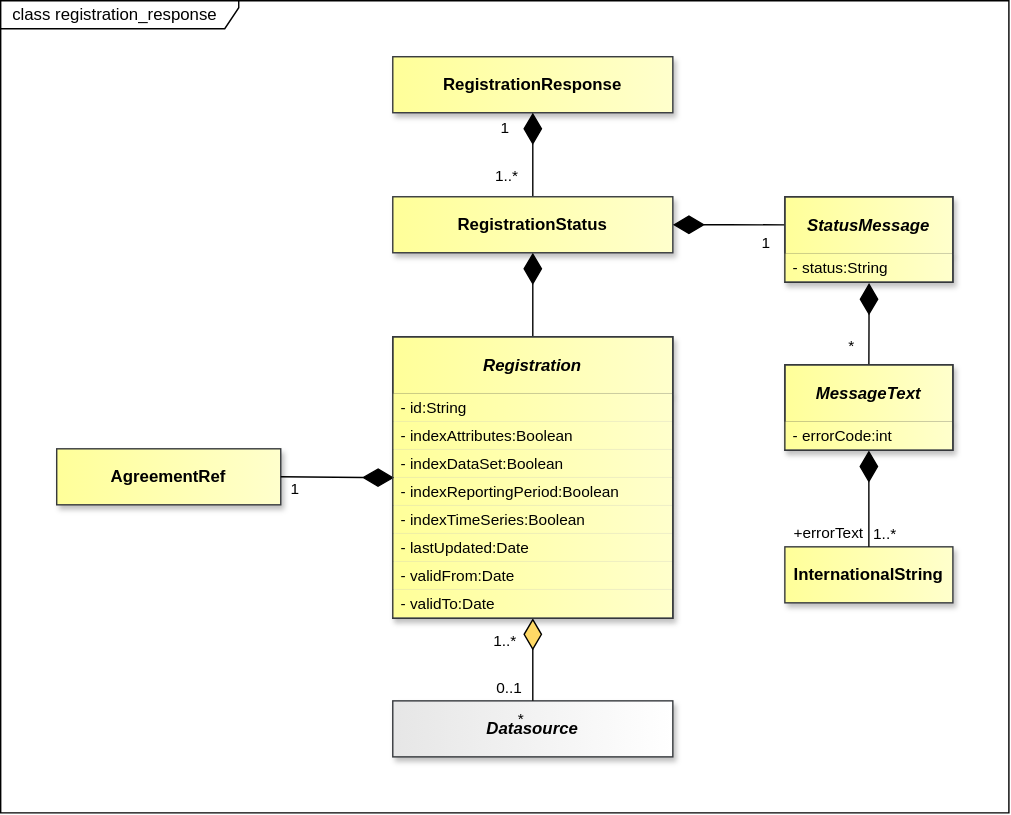
The draw.io diagram docs/logical_interfaces/media/sdmx_registry-registration_response.svg in sdmx-twg/sdmx-im, before a commit. Source tidied: cells renumbered, new cells last; positions are measured from the earlier drawing's top-left corner, leaving out a move shared by most shapes.
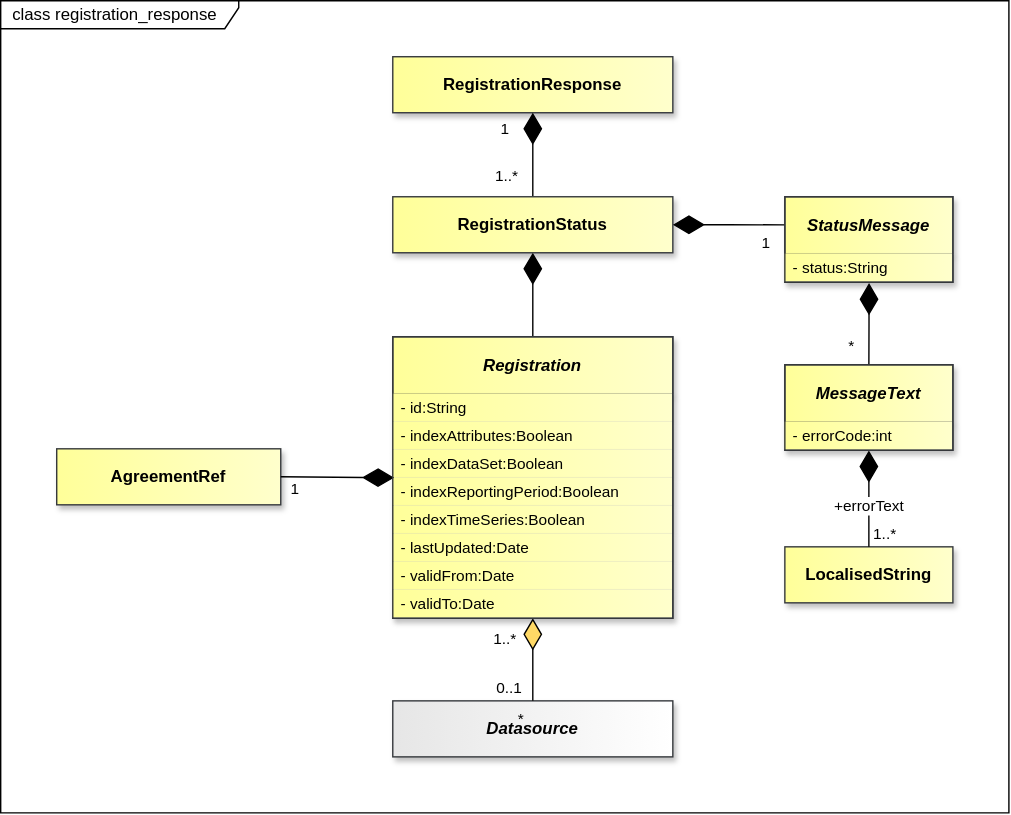
Later version of the same file.

The edit, as a diff of the source:
```diff
@@ -191,7 +191,7 @@
     <mxCell id="64" value="AgreementRef" style="whiteSpace=wrap;html=1;verticalAlign=middle;gradientDirection=east;imageVerticalAlign=top;fontStyle=1;fillColor=light-dark(#FFFF99,#FFFF99);strokeColor=#36393d;fontColor=light-dark(#000000,#000000);gradientColor=light-dark(#FFFFCC,#FFFFCC);shadow=1;" parent="1" vertex="1">
       <mxGeometry x="40" y="320" width="160" height="40" as="geometry" />
     </mxCell>
-    <mxCell id="65" value="InternationalString" style="whiteSpace=wrap;html=1;verticalAlign=middle;gradientDirection=east;imageVerticalAlign=top;fontStyle=1;fillColor=light-dark(#FFFF99,#FFFF99);strokeColor=#36393d;fontColor=light-dark(#000000,#000000);gradientColor=light-dark(#FFFFCC,#FFFFCC);shadow=1;" parent="1" vertex="1">
+    <mxCell id="65" value="LocalisedString" style="whiteSpace=wrap;html=1;verticalAlign=middle;gradientDirection=east;imageVerticalAlign=top;fontStyle=1;fillColor=light-dark(#FFFF99,#FFFF99);strokeColor=#36393d;fontColor=light-dark(#000000,#000000);gradientColor=light-dark(#FFFFCC,#FFFFCC);shadow=1;" parent="1" vertex="1">
       <mxGeometry x="560" y="390" width="120" height="40" as="geometry" />
     </mxCell>
     <mxCell id="66" value="Datasource" style="whiteSpace=wrap;html=1;verticalAlign=middle;gradientDirection=east;imageVerticalAlign=top;fontStyle=3;fillColor=light-dark(#E6E6E6,#E6E6E6);strokeColor=#36393d;fontColor=light-dark(#000000,#000000);gradientColor=light-dark(#FFFFFF,#FFFFFF);shadow=1;" parent="1" vertex="1">
@@ -268,7 +268,7 @@
     </mxCell>
     <mxCell id="84" value="+errorText" style="edgeLabel;html=1;align=center;verticalAlign=middle;defaultLabelBackgroundColor=gap;" parent="82" vertex="1">
       <mxGeometry x="0.23" relative="1" as="geometry">
-        <mxPoint x="-30" y="16" as="offset" />
+        <mxPoint y="-3" as="offset" />
       </mxGeometry>
     </mxCell>
     <mxCell id="85" style="endArrow=none;html=1;endSize=12;startArrow=diamondThin;startSize=20;startFill=1;rounded=0;endFill=0;strokeColor=light-dark(#000000,#FFFFFF);fontColor=light-dark(#000000,#FFFFFF);labelBackgroundColor=none;entryX=1;entryY=0.5;entryDx=0;entryDy=0;exitX=0.005;exitY=0.984;exitDx=0;exitDy=0;exitPerimeter=0;" parent="1" edge="1" source="58" target="64">
```
